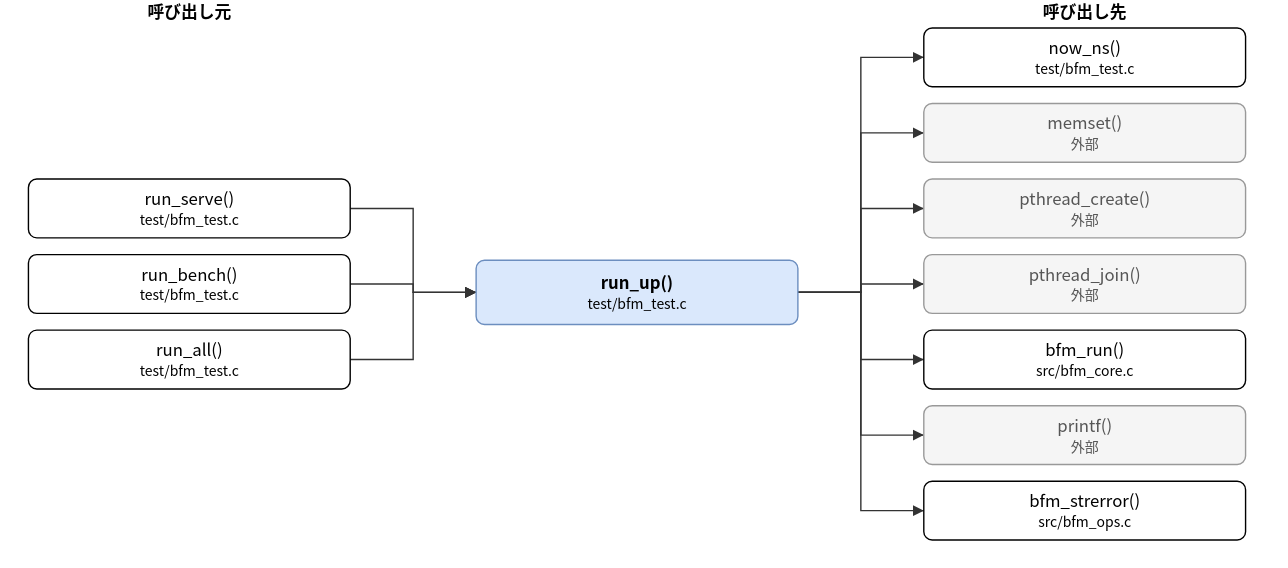
The draw.io diagram doc/spec/images/call_test_bfm_test-run_up.drawio.svg in hf355051012-ai/bfmem, before a commit. Source tidied: cells renumbered, new cells last; positions are measured from the earlier drawing's top-left corner, leaving out a move shared by most shapes.
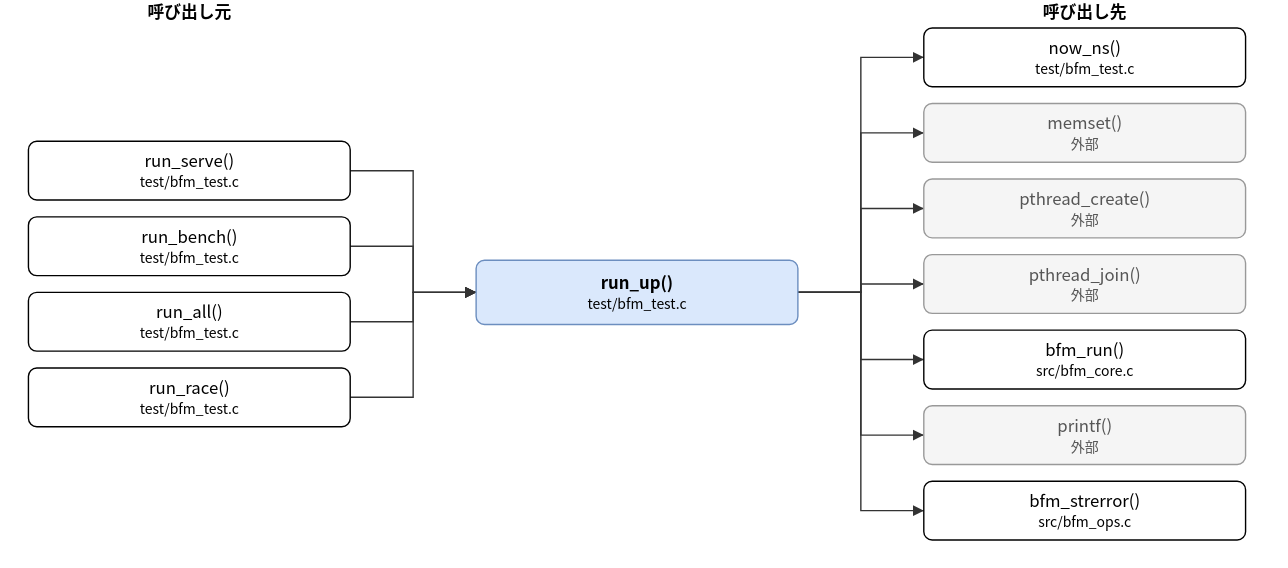
Later version of the same file.

Change to the diagram source:
```diff
@@ -6,14 +6,17 @@
       <mxGeometry x="320" y="186" width="230" height="46" as="geometry" />
     </mxCell>
     <mxCell id="3" value="run_serve()&lt;br&gt;&lt;font style=&quot;font-size:10px&quot;&gt;test/bfm_test.c&lt;/font&gt;" style="rounded=1;whiteSpace=wrap;html=1;" parent="1" vertex="1">
-      <mxGeometry y="128" width="230" height="42" as="geometry" />
+      <mxGeometry y="101" width="230" height="42" as="geometry" />
     </mxCell>
     <mxCell id="4" value="run_bench()&lt;br&gt;&lt;font style=&quot;font-size:10px&quot;&gt;test/bfm_test.c&lt;/font&gt;" style="rounded=1;whiteSpace=wrap;html=1;" parent="1" vertex="1">
-      <mxGeometry y="182" width="230" height="42" as="geometry" />
+      <mxGeometry y="155" width="230" height="42" as="geometry" />
     </mxCell>
     <mxCell id="5" value="run_all()&lt;br&gt;&lt;font style=&quot;font-size:10px&quot;&gt;test/bfm_test.c&lt;/font&gt;" style="rounded=1;whiteSpace=wrap;html=1;" parent="1" vertex="1">
-      <mxGeometry y="236" width="230" height="42" as="geometry" />
+      <mxGeometry y="209" width="230" height="42" as="geometry" />
     </mxCell>
+    <mxCell id="25" value="run_race()&lt;br&gt;&lt;font style=&quot;font-size:10px&quot;&gt;test/bfm_test.c&lt;/font&gt;" style="rounded=1;whiteSpace=wrap;html=1;" parent="1" vertex="1">
+      <mxGeometry y="263" width="230" height="42" as="geometry" />
+    </mxCell>
     <mxCell id="6" value="now_ns()&lt;br&gt;&lt;font style=&quot;font-size:10px&quot;&gt;test/bfm_test.c&lt;/font&gt;" style="rounded=1;whiteSpace=wrap;html=1;" parent="1" vertex="1">
       <mxGeometry x="640" y="20" width="230" height="42" as="geometry" />
     </mxCell>
@@ -38,7 +41,7 @@
     <mxCell id="13" style="edgeStyle=none;html=1;rounded=0;endArrow=block;endFill=1;exitX=1.0000;exitY=0.5000;exitDx=0;exitDy=0;exitPerimeter=0;entryX=0.0000;entryY=0.5000;entryDx=0;entryDy=0;entryPerimeter=0;" parent="1" edge="1" source="3" target="2">
       <mxGeometry relative="1" as="geometry">
         <Array as="points">
-          <mxPoint x="275" y="149" />
+          <mxPoint x="275" y="122" />
           <mxPoint x="275" y="209" />
         </Array>
       </mxGeometry>
@@ -46,7 +49,7 @@
     <mxCell id="14" style="edgeStyle=none;html=1;rounded=0;endArrow=block;endFill=1;exitX=1.0000;exitY=0.5000;exitDx=0;exitDy=0;exitPerimeter=0;entryX=0.0000;entryY=0.5000;entryDx=0;entryDy=0;entryPerimeter=0;" parent="1" edge="1" source="4" target="2">
       <mxGeometry relative="1" as="geometry">
         <Array as="points">
-          <mxPoint x="275" y="203" />
+          <mxPoint x="275" y="176" />
           <mxPoint x="275" y="209" />
         </Array>
       </mxGeometry>
@@ -54,67 +57,75 @@
     <mxCell id="15" style="edgeStyle=none;html=1;rounded=0;endArrow=block;endFill=1;exitX=1.0000;exitY=0.5000;exitDx=0;exitDy=0;exitPerimeter=0;entryX=0.0000;entryY=0.5000;entryDx=0;entryDy=0;entryPerimeter=0;" parent="1" edge="1" source="5" target="2">
       <mxGeometry relative="1" as="geometry">
         <Array as="points">
-          <mxPoint x="275" y="257" />
+          <mxPoint x="275" y="230" />
           <mxPoint x="275" y="209" />
         </Array>
       </mxGeometry>
     </mxCell>
-    <mxCell id="16" style="edgeStyle=none;html=1;rounded=0;endArrow=block;endFill=1;exitX=1.0000;exitY=0.5000;exitDx=0;exitDy=0;exitPerimeter=0;entryX=0.0000;entryY=0.5000;entryDx=0;entryDy=0;entryPerimeter=0;" parent="1" edge="1" source="2" target="6">
+    <mxCell id="16" style="edgeStyle=none;html=1;rounded=0;endArrow=block;endFill=1;exitX=1.0000;exitY=0.5000;exitDx=0;exitDy=0;exitPerimeter=0;entryX=0.0000;entryY=0.5000;entryDx=0;entryDy=0;entryPerimeter=0;" parent="1" edge="1" source="25" target="2">
       <mxGeometry relative="1" as="geometry">
         <Array as="points">
-          <mxPoint x="595" y="209" />
-          <mxPoint x="595" y="41" />
+          <mxPoint x="275" y="284" />
+          <mxPoint x="275" y="209" />
         </Array>
       </mxGeometry>
     </mxCell>
-    <mxCell id="17" style="edgeStyle=none;html=1;rounded=0;endArrow=block;endFill=1;exitX=1.0000;exitY=0.5000;exitDx=0;exitDy=0;exitPerimeter=0;entryX=0.0000;entryY=0.5000;entryDx=0;entryDy=0;entryPerimeter=0;" parent="1" edge="1" source="2" target="7">
+    <mxCell id="17" style="edgeStyle=none;html=1;rounded=0;endArrow=block;endFill=1;exitX=1.0000;exitY=0.5000;exitDx=0;exitDy=0;exitPerimeter=0;entryX=0.0000;entryY=0.5000;entryDx=0;entryDy=0;entryPerimeter=0;" parent="1" edge="1" source="2" target="6">
       <mxGeometry relative="1" as="geometry">
         <Array as="points">
           <mxPoint x="595" y="209" />
-          <mxPoint x="595" y="95" />
+          <mxPoint x="595" y="41" />
         </Array>
       </mxGeometry>
     </mxCell>
-    <mxCell id="18" style="edgeStyle=none;html=1;rounded=0;endArrow=block;endFill=1;exitX=1.0000;exitY=0.5000;exitDx=0;exitDy=0;exitPerimeter=0;entryX=0.0000;entryY=0.5000;entryDx=0;entryDy=0;entryPerimeter=0;" parent="1" edge="1" source="2" target="8">
+    <mxCell id="18" style="edgeStyle=none;html=1;rounded=0;endArrow=block;endFill=1;exitX=1.0000;exitY=0.5000;exitDx=0;exitDy=0;exitPerimeter=0;entryX=0.0000;entryY=0.5000;entryDx=0;entryDy=0;entryPerimeter=0;" parent="1" edge="1" source="2" target="7">
       <mxGeometry relative="1" as="geometry">
         <Array as="points">
           <mxPoint x="595" y="209" />
-          <mxPoint x="595" y="149" />
+          <mxPoint x="595" y="95" />
         </Array>
       </mxGeometry>
     </mxCell>
-    <mxCell id="19" style="edgeStyle=none;html=1;rounded=0;endArrow=block;endFill=1;exitX=1.0000;exitY=0.5000;exitDx=0;exitDy=0;exitPerimeter=0;entryX=0.0000;entryY=0.5000;entryDx=0;entryDy=0;entryPerimeter=0;" parent="1" edge="1" source="2" target="9">
+    <mxCell id="19" style="edgeStyle=none;html=1;rounded=0;endArrow=block;endFill=1;exitX=1.0000;exitY=0.5000;exitDx=0;exitDy=0;exitPerimeter=0;entryX=0.0000;entryY=0.5000;entryDx=0;entryDy=0;entryPerimeter=0;" parent="1" edge="1" source="2" target="8">
       <mxGeometry relative="1" as="geometry">
         <Array as="points">
           <mxPoint x="595" y="209" />
-          <mxPoint x="595" y="203" />
+          <mxPoint x="595" y="149" />
         </Array>
       </mxGeometry>
     </mxCell>
-    <mxCell id="20" style="edgeStyle=none;html=1;rounded=0;endArrow=block;endFill=1;exitX=1.0000;exitY=0.5000;exitDx=0;exitDy=0;exitPerimeter=0;entryX=0.0000;entryY=0.5000;entryDx=0;entryDy=0;entryPerimeter=0;" parent="1" edge="1" source="2" target="10">
+    <mxCell id="20" style="edgeStyle=none;html=1;rounded=0;endArrow=block;endFill=1;exitX=1.0000;exitY=0.5000;exitDx=0;exitDy=0;exitPerimeter=0;entryX=0.0000;entryY=0.5000;entryDx=0;entryDy=0;entryPerimeter=0;" parent="1" edge="1" source="2" target="9">
       <mxGeometry relative="1" as="geometry">
         <Array as="points">
           <mxPoint x="595" y="209" />
-          <mxPoint x="595" y="257" />
+          <mxPoint x="595" y="203" />
         </Array>
       </mxGeometry>
     </mxCell>
-    <mxCell id="21" style="edgeStyle=none;html=1;rounded=0;endArrow=block;endFill=1;exitX=1.0000;exitY=0.5000;exitDx=0;exitDy=0;exitPerimeter=0;entryX=0.0000;entryY=0.5000;entryDx=0;entryDy=0;entryPerimeter=0;" parent="1" edge="1" source="2" target="11">
+    <mxCell id="21" style="edgeStyle=none;html=1;rounded=0;endArrow=block;endFill=1;exitX=1.0000;exitY=0.5000;exitDx=0;exitDy=0;exitPerimeter=0;entryX=0.0000;entryY=0.5000;entryDx=0;entryDy=0;entryPerimeter=0;" parent="1" edge="1" source="2" target="10">
       <mxGeometry relative="1" as="geometry">
         <Array as="points">
           <mxPoint x="595" y="209" />
-          <mxPoint x="595" y="311" />
+          <mxPoint x="595" y="257" />
         </Array>
       </mxGeometry>
     </mxCell>
-    <mxCell id="22" style="edgeStyle=none;html=1;rounded=0;endArrow=block;endFill=1;exitX=1.0000;exitY=0.5000;exitDx=0;exitDy=0;exitPerimeter=0;entryX=0.0000;entryY=0.5000;entryDx=0;entryDy=0;entryPerimeter=0;" parent="1" edge="1" source="2" target="12">
+    <mxCell id="22" style="edgeStyle=none;html=1;rounded=0;endArrow=block;endFill=1;exitX=1.0000;exitY=0.5000;exitDx=0;exitDy=0;exitPerimeter=0;entryX=0.0000;entryY=0.5000;entryDx=0;entryDy=0;entryPerimeter=0;" parent="1" edge="1" source="2" target="11">
       <mxGeometry relative="1" as="geometry">
         <Array as="points">
           <mxPoint x="595" y="209" />
-          <mxPoint x="595" y="365" />
+          <mxPoint x="595" y="311" />
         </Array>
       </mxGeometry>
     </mxCell>
+    <mxCell id="26" style="edgeStyle=none;html=1;rounded=0;endArrow=block;endFill=1;exitX=1.0000;exitY=0.5000;exitDx=0;exitDy=0;exitPerimeter=0;entryX=0.0000;entryY=0.5000;entryDx=0;entryDy=0;entryPerimeter=0;" parent="1" edge="1" source="2" target="12">
+      <mxGeometry relative="1" as="geometry">
+        <Array as="points">
+          <mxPoint x="595" y="209" />
+          <mxPoint x="595" y="365" />
+        </Array>
+      </mxGeometry>
+    </mxCell>
     <mxCell id="23" value="呼び出し元" style="text;html=1;align=center;fontStyle=1;" parent="1" vertex="1">
       <mxGeometry x="35" width="160" height="18" as="geometry" />
     </mxCell>
```
